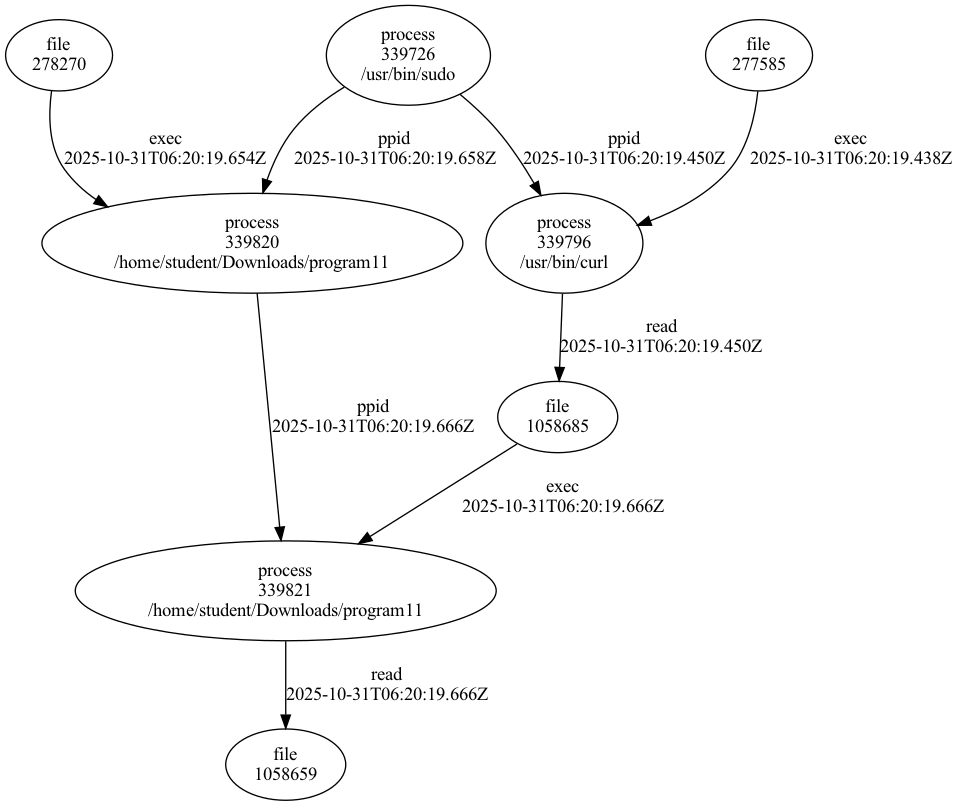
The Graphviz diagram reports/backward/backward_155.png in return2faye/beattracker, before a commit. Its source is kept beside it as reports/backward/backward_155.dot.
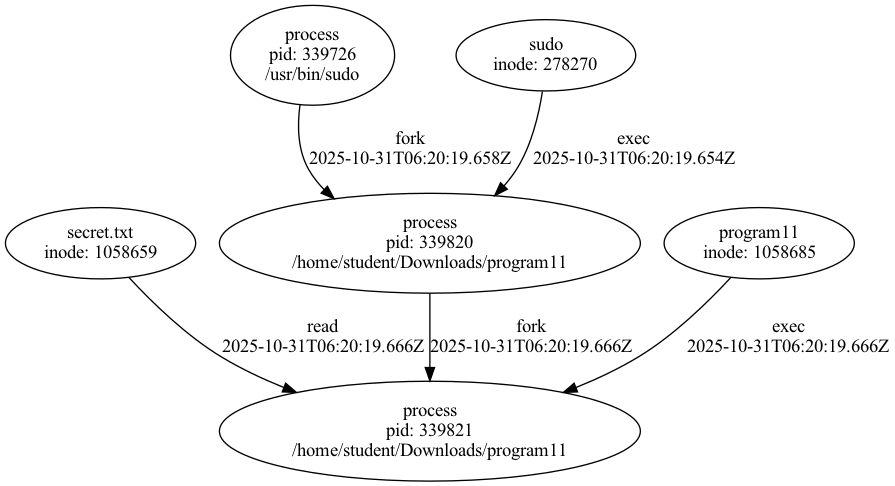
Above is the later version.

Commit message:
imporved visulization of backtracker and process file relationship design when parsing

Change to the diagram source:
```diff
@@ -1,18 +1,13 @@
 digraph G {
-  "('file', '1058659')" [label="file\n1058659"];
-  "('proc', 339821)" [label="process\n339821\n/home/student/Downloads/program11"];
-  "('proc', 339820)" [label="process\n339820\n/home/student/Downloads/program11"];
-  "('file', '1058685')" [label="file\n1058685"];
-  "('proc', 339726)" [label="process\n339726\n/usr/bin/sudo"];
-  "('file', '278270')" [label="file\n278270"];
-  "('proc', 339796)" [label="process\n339796\n/usr/bin/curl"];
-  "('file', '277585')" [label="file\n277585"];
-  "('proc', 339821)" -> "('file', '1058659')" [label="read\n2025-10-31T06:20:19.666Z"];
-  "('proc', 339820)" -> "('proc', 339821)" [label="ppid\n2025-10-31T06:20:19.666Z"];
+  "('proc', 339821)" [label="process\npid: 339821\n/home/student/Downloads/program11"];
+  "('file', '1058659')" [label="secret.txt\ninode: 1058659"];
+  "('proc', 339820)" [label="process\npid: 339820\n/home/student/Downloads/program11"];
+  "('file', '1058685')" [label="program11\ninode: 1058685"];
+  "('proc', 339726)" [label="process\npid: 339726\n/usr/bin/sudo"];
+  "('file', '278270')" [label="sudo\ninode: 278270"];
+  "('file', '1058659')" -> "('proc', 339821)" [label="read\n2025-10-31T06:20:19.666Z"];
+  "('proc', 339820)" -> "('proc', 339821)" [label="fork\n2025-10-31T06:20:19.666Z"];
   "('file', '1058685')" -> "('proc', 339821)" [label="exec\n2025-10-31T06:20:19.666Z"];
-  "('proc', 339726)" -> "('proc', 339820)" [label="ppid\n2025-10-31T06:20:19.658Z"];
+  "('proc', 339726)" -> "('proc', 339820)" [label="fork\n2025-10-31T06:20:19.658Z"];
   "('file', '278270')" -> "('proc', 339820)" [label="exec\n2025-10-31T06:20:19.654Z"];
-  "('proc', 339796)" -> "('file', '1058685')" [label="read\n2025-10-31T06:20:19.450Z"];
-  "('proc', 339726)" -> "('proc', 339796)" [label="ppid\n2025-10-31T06:20:19.450Z"];
-  "('file', '277585')" -> "('proc', 339796)" [label="exec\n2025-10-31T06:20:19.438Z"];
 }
```
